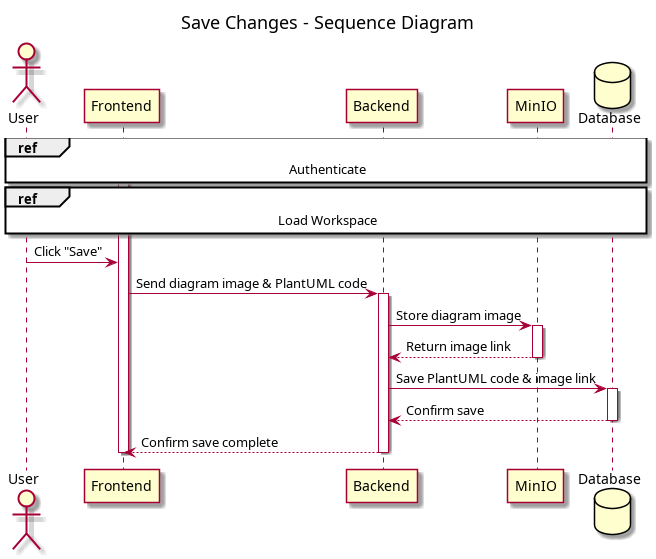
Above: conception/SprintIV/sequence_diagrams/sequence_workspaceManagement_save_changes.png in souhaib-askri/report_pfe (PlantUML), before the change. Its source is kept beside it as conception/SprintIV/sequence_diagrams/sequence_workspaceManagement_save_changes.puml.
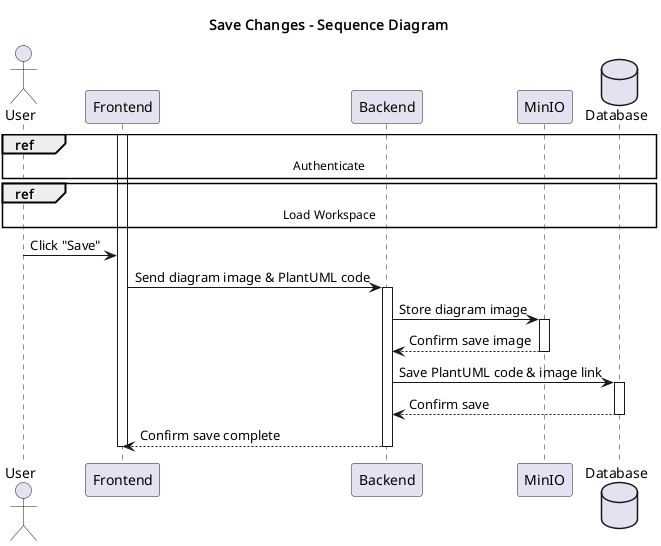
The same file after the commit.

What changed in the source:
```diff
@@ -19,7 +19,7 @@
 
 Backend -> MinIO: Store diagram image
 activate MinIO
-MinIO --> Backend: Return image link
+MinIO --> Backend: Confirm save image
 deactivate MinIO
 
 Backend -> Database: Save PlantUML code & image link
```
